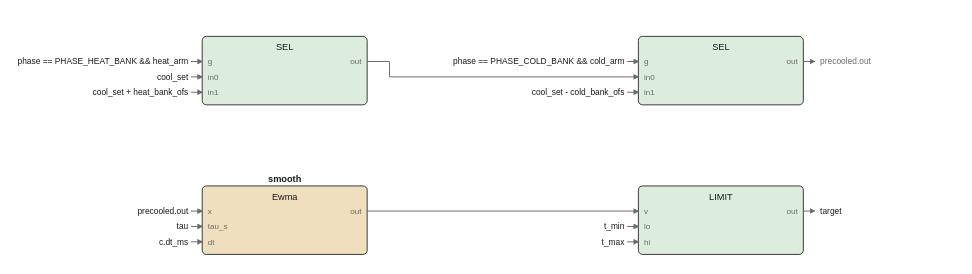
Above: images/logic/target_temp_fbd.drawio.svg in pstch/botanik2 (draw.io), before the change. Source tidied: cells renumbered, new cells last; positions are measured from the earlier drawing's top-left corner, leaving out a move shared by most shapes.
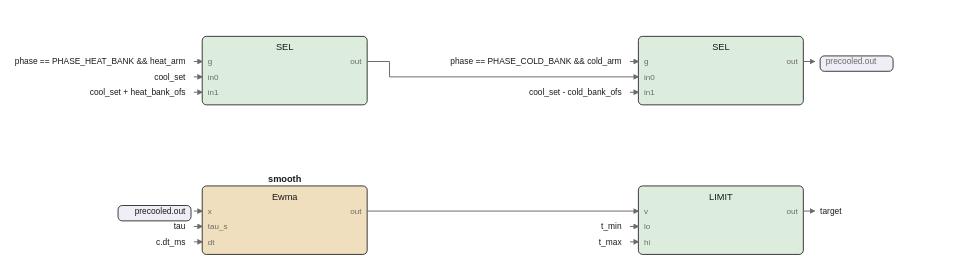
After the change.

The edit, as a diff of the source:
```diff
@@ -77,129 +77,118 @@
     <mxCell id="26" value="out" style="text;html=1;whiteSpace=nowrap;fontSize=6;fontColor=#6b6b6b;align=right;verticalAlign=middle;" parent="1" vertex="1">
       <mxGeometry x="539" y="120.7" width="20" height="9.8" as="geometry" />
     </mxCell>
-    <mxCell id="27" style="edgeStyle=none;html=1;strokeColor=#6b6b6b;endArrow=block;" parent="1" edge="1">
+    <mxCell id="27" style="edgeStyle=none;html=1;strokeColor=#6b6b6b;endArrow=block;exitX=1;exitY=0.3673;exitDx=0;exitDy=0;" parent="1" edge="1" source="21">
       <mxGeometry relative="1" as="geometry">
-        <mxPoint x="563" y="125" as="sourcePoint" />
         <mxPoint x="571" y="125" as="targetPoint" />
       </mxGeometry>
     </mxCell>
     <mxCell id="28" value="target" style="text;html=1;whiteSpace=nowrap;fontSize=6;fontColor=#1a1a1a;align=left;verticalAlign=middle;" parent="1" vertex="1">
       <mxGeometry x="575" y="120.5" width="23.8" height="10" as="geometry" />
     </mxCell>
-    <mxCell id="29" style="edgeStyle=none;html=1;strokeColor=#6b6b6b;endArrow=block;" parent="1" edge="1">
+    <mxCell id="29" style="edgeStyle=none;html=1;strokeColor=#6b6b6b;endArrow=block;exitX=1;exitY=0.3673;exitDx=0;exitDy=0;" parent="1" edge="1" source="8">
       <mxGeometry relative="1" as="geometry">
-        <mxPoint x="563" y="18" as="sourcePoint" />
         <mxPoint x="571" y="18" as="targetPoint" />
       </mxGeometry>
     </mxCell>
-    <mxCell id="30" value="precooled.out" style="text;html=1;whiteSpace=nowrap;fontSize=6;fontColor=#6b6b6b;align=left;verticalAlign=middle;" parent="1" vertex="1">
-      <mxGeometry x="575" y="13.5" width="46.9" height="10" as="geometry" />
+    <mxCell id="30" style="rounded=1;fillColor=#efeef6;strokeColor=#1a1a1a;whiteSpace=wrap;html=1;fontSize=8;" parent="1" vertex="1">
+      <mxGeometry x="575" y="14" width="52.2" height="11" as="geometry" />
     </mxCell>
-    <mxCell id="31" style="edgeStyle=none;html=1;strokeColor=#6b6b6b;endArrow=block;" parent="1" edge="1">
-      <mxGeometry relative="1" as="geometry">
-        <mxPoint x="251" y="18" as="sourcePoint" />
-        <mxPoint x="445" y="29" as="targetPoint" />
-        <Array as="points">
-          <mxPoint x="267" y="18" />
-          <mxPoint x="267" y="29" />
-        </Array>
-      </mxGeometry>
-    </mxCell>
+    <mxCell id="43" value="precooled.out" style="text;html=1;whiteSpace=nowrap;fontSize=6;fontColor=#6b6b6b;align=left;verticalAlign=middle;" parent="1" vertex="1">
+      <mxGeometry x="579" y="13.5" width="46.9" height="10" as="geometry" />
+    </mxCell>
-    <mxCell id="32" style="edgeStyle=none;html=1;strokeColor=#6b6b6b;endArrow=block;" parent="1" edge="1">
+    <mxCell id="32" style="edgeStyle=none;html=1;strokeColor=#6b6b6b;endArrow=block;exitX=1;exitY=0.3673;exitDx=0;exitDy=0;entryX=0;entryY=0.5918;entryDx=0;entryDy=0;" parent="1" edge="1" source="2" target="8">
       <mxGeometry relative="1" as="geometry">
-        <mxPoint x="251" y="125" as="sourcePoint" />
-        <mxPoint x="445" y="125" as="targetPoint" />
+        <Array as="points">
+          <mxPoint x="267" y="18" />
+          <mxPoint x="267" y="29" />
+        </Array>
       </mxGeometry>
     </mxCell>
+    <mxCell id="53" style="edgeStyle=none;html=1;strokeColor=#6b6b6b;endArrow=block;exitX=1;exitY=0.3673;exitDx=0;exitDy=0;entryX=0;entryY=0.3673;entryDx=0;entryDy=0;" parent="1" edge="1" source="14" target="21">
+      <mxGeometry relative="1" as="geometry" />
+    </mxCell>
     <mxCell id="33" value="phase == PHASE_HEAT_BANK &amp;&amp; heat_arm" style="text;html=1;whiteSpace=nowrap;fontSize=6;fontColor=#1a1a1a;align=right;verticalAlign=middle;" parent="1" vertex="1">
-      <mxGeometry x="0.2" y="13.5" width="122.8" height="10" as="geometry" />
+      <mxGeometry x="-1.8" y="13.5" width="122.8" height="10" as="geometry" />
     </mxCell>
-    <mxCell id="34" style="edgeStyle=none;html=1;strokeColor=#6b6b6b;endArrow=block;" parent="1" edge="1">
-      <mxGeometry relative="1" as="geometry">
-        <mxPoint x="125" y="18" as="sourcePoint" />
-        <mxPoint x="133" y="18" as="targetPoint" />
-      </mxGeometry>
-    </mxCell>
+    <mxCell id="54" style="edgeStyle=none;html=1;strokeColor=#6b6b6b;endArrow=block;entryX=0;entryY=0.3673;entryDx=0;entryDy=0;" parent="1" edge="1" target="2">
+      <mxGeometry relative="1" as="geometry">
+        <mxPoint x="127" y="18" as="sourcePoint" />
+      </mxGeometry>
+    </mxCell>
     <mxCell id="35" value="cool_set" style="text;html=1;whiteSpace=nowrap;fontSize=6;fontColor=#1a1a1a;align=right;verticalAlign=middle;" parent="1" vertex="1">
-      <mxGeometry x="92.6" y="24.5" width="30.4" height="10" as="geometry" />
+      <mxGeometry x="90.6" y="24.5" width="30.4" height="10" as="geometry" />
     </mxCell>
-    <mxCell id="36" style="edgeStyle=none;html=1;strokeColor=#6b6b6b;endArrow=block;" parent="1" edge="1">
-      <mxGeometry relative="1" as="geometry">
-        <mxPoint x="125" y="29" as="sourcePoint" />
-        <mxPoint x="133" y="29" as="targetPoint" />
-      </mxGeometry>
-    </mxCell>
+    <mxCell id="55" style="edgeStyle=none;html=1;strokeColor=#6b6b6b;endArrow=block;entryX=0;entryY=0.5918;entryDx=0;entryDy=0;" parent="1" edge="1" target="2">
+      <mxGeometry relative="1" as="geometry">
+        <mxPoint x="127" y="29" as="sourcePoint" />
+      </mxGeometry>
+    </mxCell>
     <mxCell id="37" value="cool_set + heat_bank_ofs" style="text;html=1;whiteSpace=nowrap;fontSize=6;fontColor=#1a1a1a;align=right;verticalAlign=middle;" parent="1" vertex="1">
-      <mxGeometry x="39.8" y="35.5" width="83.2" height="10" as="geometry" />
+      <mxGeometry x="37.8" y="35.5" width="83.2" height="10" as="geometry" />
     </mxCell>
-    <mxCell id="38" style="edgeStyle=none;html=1;strokeColor=#6b6b6b;endArrow=block;" parent="1" edge="1">
-      <mxGeometry relative="1" as="geometry">
-        <mxPoint x="125" y="40" as="sourcePoint" />
-        <mxPoint x="133" y="40" as="targetPoint" />
-      </mxGeometry>
-    </mxCell>
+    <mxCell id="56" style="edgeStyle=none;html=1;strokeColor=#6b6b6b;endArrow=block;entryX=0;entryY=0.8163;entryDx=0;entryDy=0;" parent="1" edge="1" target="2">
+      <mxGeometry relative="1" as="geometry">
+        <mxPoint x="127" y="40" as="sourcePoint" />
+      </mxGeometry>
+    </mxCell>
     <mxCell id="39" value="phase == PHASE_COLD_BANK &amp;&amp; cold_arm" style="text;html=1;whiteSpace=nowrap;fontSize=6;fontColor=#1a1a1a;align=right;verticalAlign=middle;" parent="1" vertex="1">
-      <mxGeometry x="312.2" y="13.5" width="122.8" height="10" as="geometry" />
+      <mxGeometry x="310.2" y="13.5" width="122.8" height="10" as="geometry" />
     </mxCell>
-    <mxCell id="40" style="edgeStyle=none;html=1;strokeColor=#6b6b6b;endArrow=block;" parent="1" edge="1">
-      <mxGeometry relative="1" as="geometry">
-        <mxPoint x="437" y="18" as="sourcePoint" />
-        <mxPoint x="445" y="18" as="targetPoint" />
-      </mxGeometry>
-    </mxCell>
+    <mxCell id="57" style="edgeStyle=none;html=1;strokeColor=#6b6b6b;endArrow=block;entryX=0;entryY=0.3673;entryDx=0;entryDy=0;" parent="1" edge="1" target="8">
+      <mxGeometry relative="1" as="geometry">
+        <mxPoint x="439" y="18" as="sourcePoint" />
+      </mxGeometry>
+    </mxCell>
     <mxCell id="41" value="cool_set - cold_bank_ofs" style="text;html=1;whiteSpace=nowrap;fontSize=6;fontColor=#1a1a1a;align=right;verticalAlign=middle;" parent="1" vertex="1">
-      <mxGeometry x="351.8" y="35.5" width="83.2" height="10" as="geometry" />
+      <mxGeometry x="349.8" y="35.5" width="83.2" height="10" as="geometry" />
     </mxCell>
-    <mxCell id="42" style="edgeStyle=none;html=1;strokeColor=#6b6b6b;endArrow=block;" parent="1" edge="1">
-      <mxGeometry relative="1" as="geometry">
-        <mxPoint x="437" y="40" as="sourcePoint" />
-        <mxPoint x="445" y="40" as="targetPoint" />
-      </mxGeometry>
-    </mxCell>
-    <mxCell id="43" value="precooled.out" style="text;html=1;whiteSpace=nowrap;fontSize=6;fontColor=#1a1a1a;align=right;verticalAlign=middle;" parent="1" vertex="1">
-      <mxGeometry x="76.1" y="120.5" width="46.9" height="10" as="geometry" />
-    </mxCell>
-    <mxCell id="44" style="edgeStyle=none;html=1;strokeColor=#6b6b6b;endArrow=block;" parent="1" edge="1">
-      <mxGeometry relative="1" as="geometry">
-        <mxPoint x="125" y="125" as="sourcePoint" />
-        <mxPoint x="133" y="125" as="targetPoint" />
-      </mxGeometry>
-    </mxCell>
+    <mxCell id="58" style="edgeStyle=none;html=1;strokeColor=#6b6b6b;endArrow=block;entryX=0;entryY=0.8163;entryDx=0;entryDy=0;" parent="1" edge="1" target="8">
+      <mxGeometry relative="1" as="geometry">
+        <mxPoint x="439" y="40" as="sourcePoint" />
+      </mxGeometry>
+    </mxCell>
+    <mxCell id="59" style="rounded=1;fillColor=#efeef6;strokeColor=#1a1a1a;whiteSpace=wrap;html=1;fontSize=8;" parent="1" vertex="1">
+      <mxGeometry x="72.8" y="121" width="52.2" height="11" as="geometry" />
+    </mxCell>
-    <mxCell id="45" value="tau" style="text;html=1;whiteSpace=nowrap;fontSize=6;fontColor=#1a1a1a;align=right;verticalAlign=middle;" parent="1" vertex="1">
-      <mxGeometry x="103" y="131.5" width="20" height="10" as="geometry" />
+    <mxCell id="45" value="precooled.out" style="text;html=1;whiteSpace=nowrap;fontSize=6;fontColor=#1a1a1a;align=right;verticalAlign=middle;" parent="1" vertex="1">
+      <mxGeometry x="74.1" y="120.5" width="46.9" height="10" as="geometry" />
     </mxCell>
-    <mxCell id="46" style="edgeStyle=none;html=1;strokeColor=#6b6b6b;endArrow=block;" parent="1" edge="1">
+    <mxCell id="46" style="edgeStyle=none;html=1;strokeColor=#6b6b6b;endArrow=block;entryX=0;entryY=0.3673;entryDx=0;entryDy=0;" parent="1" edge="1" target="14">
       <mxGeometry relative="1" as="geometry">
-        <mxPoint x="125" y="136" as="sourcePoint" />
-        <mxPoint x="133" y="136" as="targetPoint" />
+        <mxPoint x="127" y="125" as="sourcePoint" />
       </mxGeometry>
     </mxCell>
-    <mxCell id="47" value="c.dt_ms" style="text;html=1;whiteSpace=nowrap;fontSize=6;fontColor=#1a1a1a;align=right;verticalAlign=middle;" parent="1" vertex="1">
-      <mxGeometry x="95.9" y="142.5" width="27.1" height="10" as="geometry" />
+    <mxCell id="47" value="tau" style="text;html=1;whiteSpace=nowrap;fontSize=6;fontColor=#1a1a1a;align=right;verticalAlign=middle;" parent="1" vertex="1">
+      <mxGeometry x="101" y="131.5" width="20" height="10" as="geometry" />
     </mxCell>
-    <mxCell id="48" style="edgeStyle=none;html=1;strokeColor=#6b6b6b;endArrow=block;" parent="1" edge="1">
+    <mxCell id="48" style="edgeStyle=none;html=1;strokeColor=#6b6b6b;endArrow=block;entryX=0;entryY=0.5918;entryDx=0;entryDy=0;" parent="1" edge="1" target="14">
       <mxGeometry relative="1" as="geometry">
-        <mxPoint x="125" y="147" as="sourcePoint" />
-        <mxPoint x="133" y="147" as="targetPoint" />
+        <mxPoint x="127" y="136" as="sourcePoint" />
       </mxGeometry>
     </mxCell>
-    <mxCell id="49" value="t_min" style="text;html=1;whiteSpace=nowrap;fontSize=6;fontColor=#1a1a1a;align=right;verticalAlign=middle;" parent="1" vertex="1">
-      <mxGeometry x="414.5" y="131.5" width="20.5" height="10" as="geometry" />
+    <mxCell id="49" value="c.dt_ms" style="text;html=1;whiteSpace=nowrap;fontSize=6;fontColor=#1a1a1a;align=right;verticalAlign=middle;" parent="1" vertex="1">
+      <mxGeometry x="93.9" y="142.5" width="27.1" height="10" as="geometry" />
     </mxCell>
-    <mxCell id="50" style="edgeStyle=none;html=1;strokeColor=#6b6b6b;endArrow=block;" parent="1" edge="1">
+    <mxCell id="50" style="edgeStyle=none;html=1;strokeColor=#6b6b6b;endArrow=block;entryX=0;entryY=0.8163;entryDx=0;entryDy=0;" parent="1" edge="1" target="14">
       <mxGeometry relative="1" as="geometry">
-        <mxPoint x="437" y="136" as="sourcePoint" />
-        <mxPoint x="445" y="136" as="targetPoint" />
+        <mxPoint x="127" y="147" as="sourcePoint" />
       </mxGeometry>
     </mxCell>
-    <mxCell id="51" value="t_max" style="text;html=1;whiteSpace=nowrap;fontSize=6;fontColor=#1a1a1a;align=right;verticalAlign=middle;" parent="1" vertex="1">
-      <mxGeometry x="414.5" y="142.5" width="20.5" height="10" as="geometry" />
+    <mxCell id="51" value="t_min" style="text;html=1;whiteSpace=nowrap;fontSize=6;fontColor=#1a1a1a;align=right;verticalAlign=middle;" parent="1" vertex="1">
+      <mxGeometry x="412.5" y="131.5" width="20.5" height="10" as="geometry" />
     </mxCell>
-    <mxCell id="52" style="edgeStyle=none;html=1;strokeColor=#6b6b6b;endArrow=block;" parent="1" edge="1">
+    <mxCell id="52" style="edgeStyle=none;html=1;strokeColor=#6b6b6b;endArrow=block;entryX=0;entryY=0.5918;entryDx=0;entryDy=0;" parent="1" edge="1" target="21">
       <mxGeometry relative="1" as="geometry">
-        <mxPoint x="437" y="147" as="sourcePoint" />
-        <mxPoint x="445" y="147" as="targetPoint" />
+        <mxPoint x="439" y="136" as="sourcePoint" />
       </mxGeometry>
     </mxCell>
+    <mxCell id="60" value="t_max" style="text;html=1;whiteSpace=nowrap;fontSize=6;fontColor=#1a1a1a;align=right;verticalAlign=middle;" parent="1" vertex="1">
+      <mxGeometry x="412.5" y="142.5" width="20.5" height="10" as="geometry" />
+    </mxCell>
+    <mxCell id="61" style="edgeStyle=none;html=1;strokeColor=#6b6b6b;endArrow=block;entryX=0;entryY=0.8163;entryDx=0;entryDy=0;" parent="1" edge="1" target="21">
+      <mxGeometry relative="1" as="geometry">
+        <mxPoint x="439" y="147" as="sourcePoint" />
+      </mxGeometry>
+    </mxCell>
   </root>
 </mxGraphModel>
```
